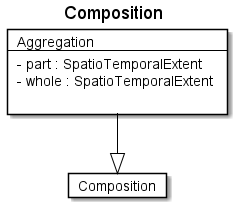
The PlantUML diagram fragments/diagrams/Composition.png in rtigran/rdf2adoc, before a commit.
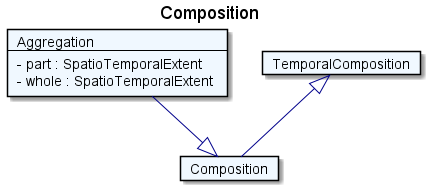
After the commit.

Diff of the diagram source:
```diff
@@ -1,15 +1,18 @@
 @startuml
 Title Composition
 
-Card Composition #fff [
+Card Composition #F0F8FF [
 Composition
 ]
-Card Aggregation #fff [
+Card Aggregation #F0F8FF [
 Aggregation
 ----
 - part : SpatioTemporalExtent
 - whole : SpatioTemporalExtent
-
 ]
-Aggregation --|> Composition  #000
+Aggregation --|> Composition  #00008B
+Card TemporalComposition #F0F8FF [
+TemporalComposition
+]
+TemporalComposition <|-- Composition  #00008B
 @enduml
```
